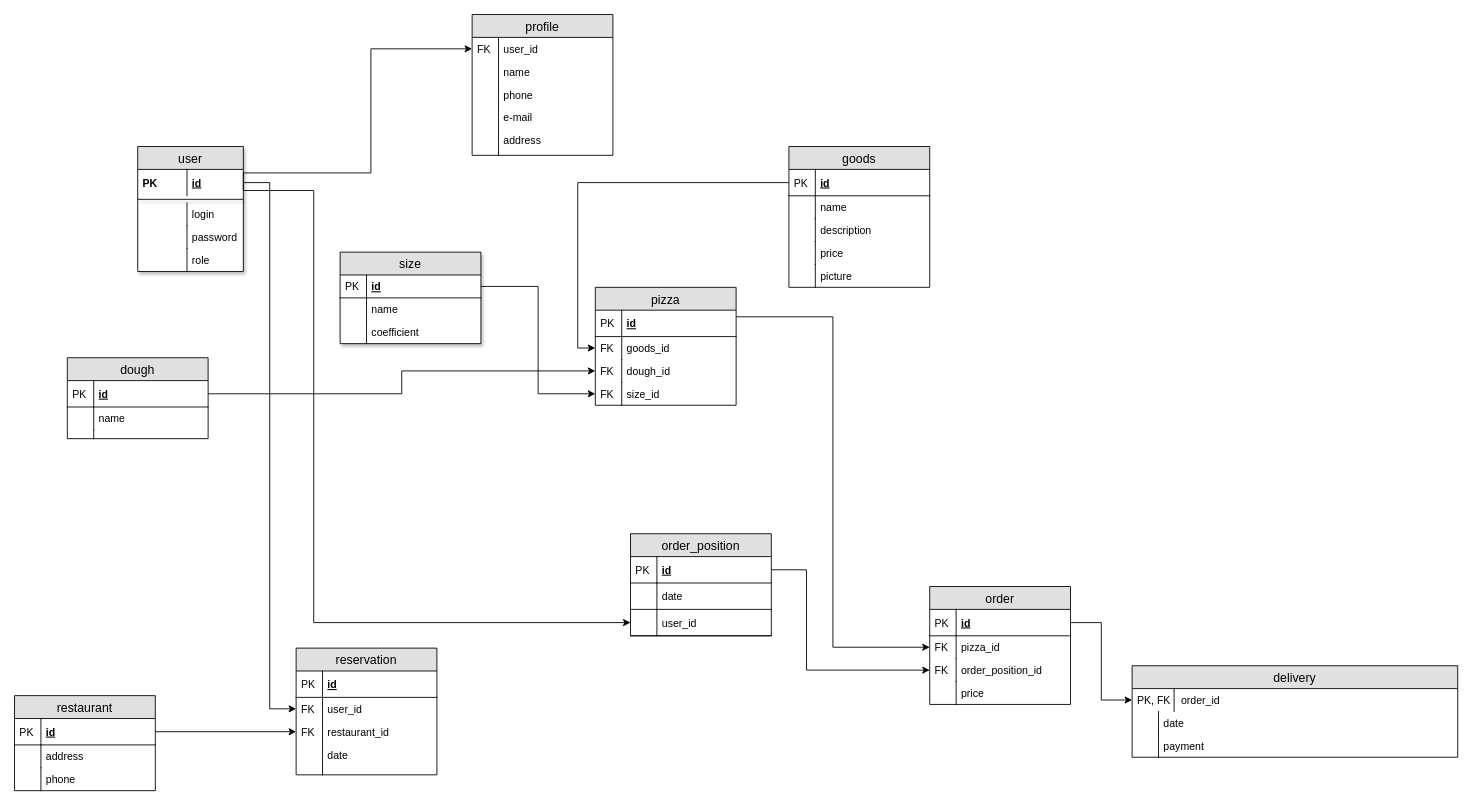
This is finaltask/bd.drawio from Bogdan1506/24_JavaST, a draw.io file, before an edit. Source tidied: cells renumbered, new cells numbered last; positions are measured from the earlier drawing's top-left corner, leaving out a move shared by most shapes. Both pictures are drawn from the tidied source at 88%, with x=0, y=0 at pixel (14, 14).
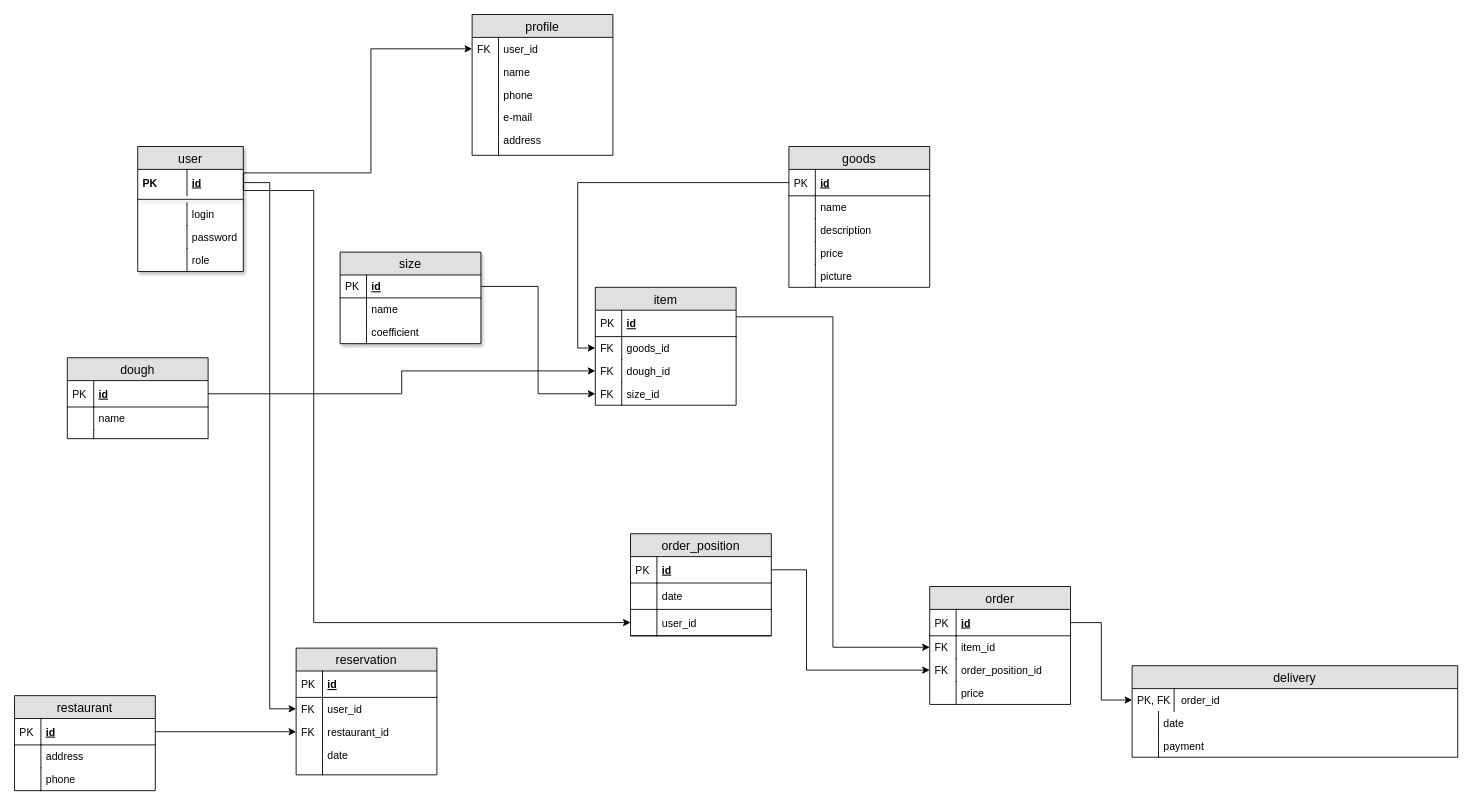
The same diagram, later.

The change refers to these unchanged cells:
```xml
<mxCell id="91" value="order" style="swimlane;fontStyle=0;horizontal=1;startSize=26;fillColor=#e0e0e0;swimlaneFillColor=#ffffff;align=center;fontSize=14;" parent="1" vertex="1">
  <mxGeometry x="1040" y="650" width="160" height="134" as="geometry" />
</mxCell>
```

Diff of the diagram source:
```diff
@@
-    <mxCell id="20" value="pizza" style="swimlane;fontStyle=0;horizontal=1;startSize=26;fillColor=#e0e0e0;swimlaneFillColor=#ffffff;align=center;fontSize=14;" parent="1" vertex="1">
+    <mxCell id="20" value="item" style="swimlane;fontStyle=0;horizontal=1;startSize=26;fillColor=#e0e0e0;swimlaneFillColor=#ffffff;align=center;fontSize=14;" parent="1" vertex="1">
       <mxGeometry x="660" y="310" width="160" height="134" as="geometry" />
     </mxCell>
@@
-    <mxCell id="94" value="pizza_id" style="shape=partialRectangle;top=0;left=0;right=0;bottom=0;align=left;verticalAlign=top;fillColor=none;spacingLeft=34;spacingRight=4;overflow=hidden;points=[[0,0.5],[1,0.5]];portConstraint=eastwest;fontSize=12;" parent="91" vertex="1">
+    <mxCell id="94" value="item_id" style="shape=partialRectangle;top=0;left=0;right=0;bottom=0;align=left;verticalAlign=top;fillColor=none;spacingLeft=34;spacingRight=4;overflow=hidden;points=[[0,0.5],[1,0.5]];portConstraint=eastwest;fontSize=12;" parent="91" vertex="1">
       <mxGeometry y="56" width="160" height="26" as="geometry" />
     </mxCell>
```
